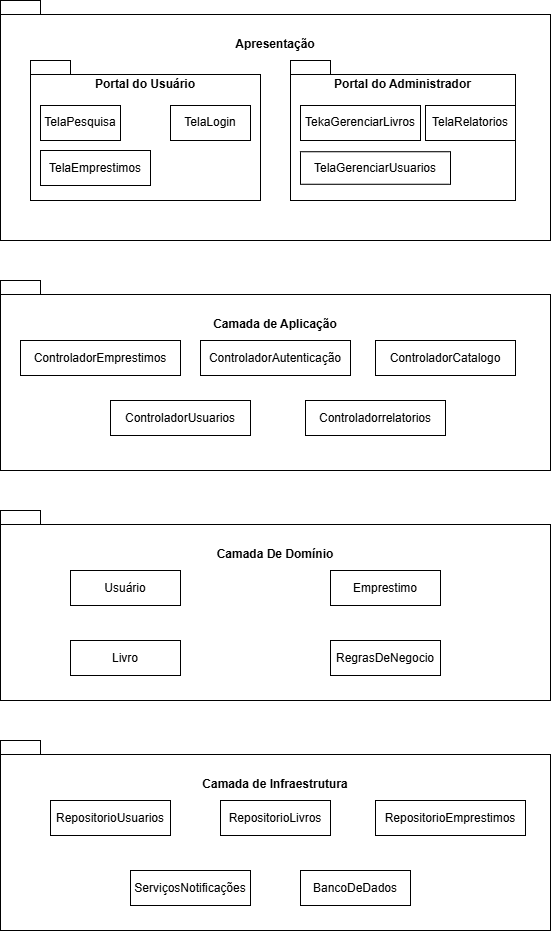
Zaibam/Projeto-DesenvolvimentoDeSistemas-2 keeps this draw.io diagram as Diagrama de pacotes.png. Above is the earlier version. Source tidied: cells renumbered, new cells last; positions are measured from the earlier drawing's top-left corner, leaving out a move shared by most shapes.
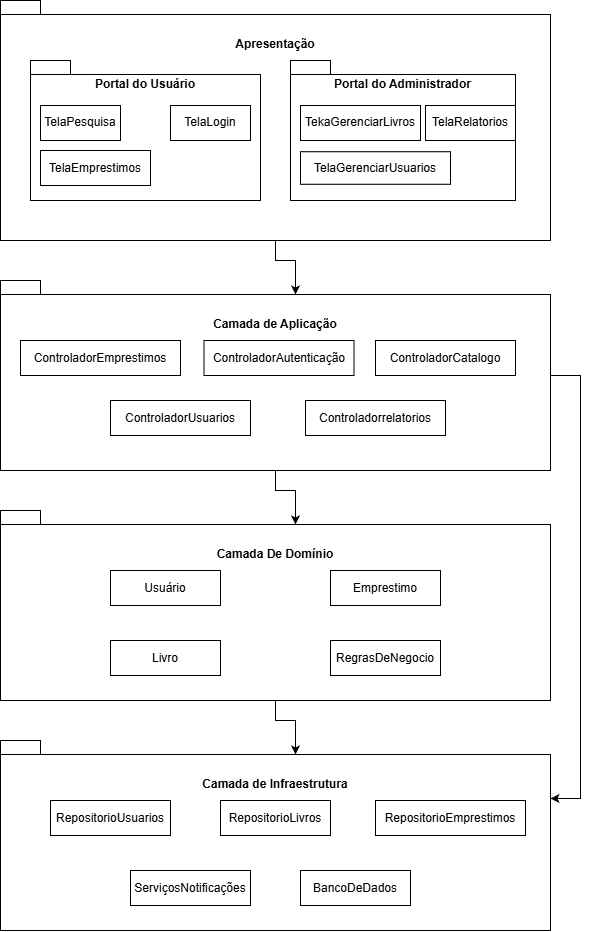
The same diagram one commit later.

What changed in the source:
```diff
@@ -2,6 +2,9 @@
   <root>
     <mxCell id="0" />
     <mxCell id="1" parent="0" />
+    <mxCell id="28" style="edgeStyle=orthogonalEdgeStyle;rounded=0;jettySize=auto;html=1;entryX=0;entryY=0;entryDx=295;entryDy=14;entryPerimeter=0;" parent="1" edge="1" source="2" target="11">
+      <mxGeometry relative="1" as="geometry" />
+    </mxCell>
     <mxCell id="2" value="Apresentação" style="shape=folder;fontStyle=1;spacingTop=30;tabWidth=40;tabHeight=14;tabPosition=left;html=1;whiteSpace=wrap;verticalAlign=top;" parent="1" vertex="1">
       <mxGeometry width="550" height="240" as="geometry" />
     </mxCell>
@@ -29,6 +32,14 @@
     <mxCell id="10" value="TelaRelatorios" style="html=1;whiteSpace=wrap;" parent="1" vertex="1">
       <mxGeometry x="425" y="105" width="90" height="35" as="geometry" />
     </mxCell>
+    <mxCell id="29" style="edgeStyle=orthogonalEdgeStyle;rounded=0;jettySize=auto;html=1;entryX=0;entryY=0;entryDx=550;entryDy=58;entryPerimeter=0;" parent="1" edge="1" source="11" target="13">
+      <mxGeometry relative="1" as="geometry">
+        <Array as="points">
+          <mxPoint x="580" y="375" />
+          <mxPoint x="580" y="798" />
+        </Array>
+      </mxGeometry>
+    </mxCell>
     <mxCell id="11" value="Camada de Aplicação" style="shape=folder;fontStyle=1;spacingTop=30;tabWidth=40;tabHeight=14;tabPosition=left;html=1;whiteSpace=wrap;verticalAlign=top;" parent="1" vertex="1">
       <mxGeometry y="280" width="550" height="190" as="geometry" />
     </mxCell>
@@ -42,7 +53,7 @@
       <mxGeometry x="20" y="340" width="160" height="35" as="geometry" />
     </mxCell>
     <mxCell id="15" value="ControladorAutenticação" style="html=1;whiteSpace=wrap;" parent="1" vertex="1">
-      <mxGeometry x="200" y="340" width="150" height="35" as="geometry" />
+      <mxGeometry x="203.5" y="340" width="150" height="35" as="geometry" />
     </mxCell>
     <mxCell id="16" value="ControladorCatalogo" style="html=1;whiteSpace=wrap;" parent="1" vertex="1">
       <mxGeometry x="375" y="340" width="140" height="35" as="geometry" />
@@ -54,10 +65,10 @@
       <mxGeometry x="305" y="400" width="140" height="35" as="geometry" />
     </mxCell>
     <mxCell id="19" value="Usuário" style="html=1;whiteSpace=wrap;" parent="1" vertex="1">
-      <mxGeometry x="70" y="570" width="110" height="35" as="geometry" />
+      <mxGeometry x="110" y="570" width="110" height="35" as="geometry" />
     </mxCell>
     <mxCell id="20" value="Livro" style="html=1;whiteSpace=wrap;" parent="1" vertex="1">
-      <mxGeometry x="70" y="640" width="110" height="35" as="geometry" />
+      <mxGeometry x="110" y="640" width="110" height="35" as="geometry" />
     </mxCell>
     <mxCell id="21" value="Emprestimo" style="html=1;whiteSpace=wrap;" parent="1" vertex="1">
       <mxGeometry x="330" y="570" width="110" height="35" as="geometry" />
@@ -80,5 +91,11 @@
     <mxCell id="27" value="BancoDeDados" style="html=1;whiteSpace=wrap;" parent="1" vertex="1">
       <mxGeometry x="300" y="870" width="110" height="35" as="geometry" />
     </mxCell>
+    <mxCell id="30" style="edgeStyle=orthogonalEdgeStyle;rounded=0;jettySize=auto;html=1;entryX=0;entryY=0;entryDx=295;entryDy=14;entryPerimeter=0;" parent="1" edge="1" source="11" target="12">
+      <mxGeometry relative="1" as="geometry" />
+    </mxCell>
+    <mxCell id="31" style="edgeStyle=orthogonalEdgeStyle;rounded=0;jettySize=auto;html=1;entryX=0;entryY=0;entryDx=295;entryDy=14;entryPerimeter=0;" parent="1" edge="1" source="12" target="13">
+      <mxGeometry relative="1" as="geometry" />
+    </mxCell>
   </root>
 </mxGraphModel>
```
